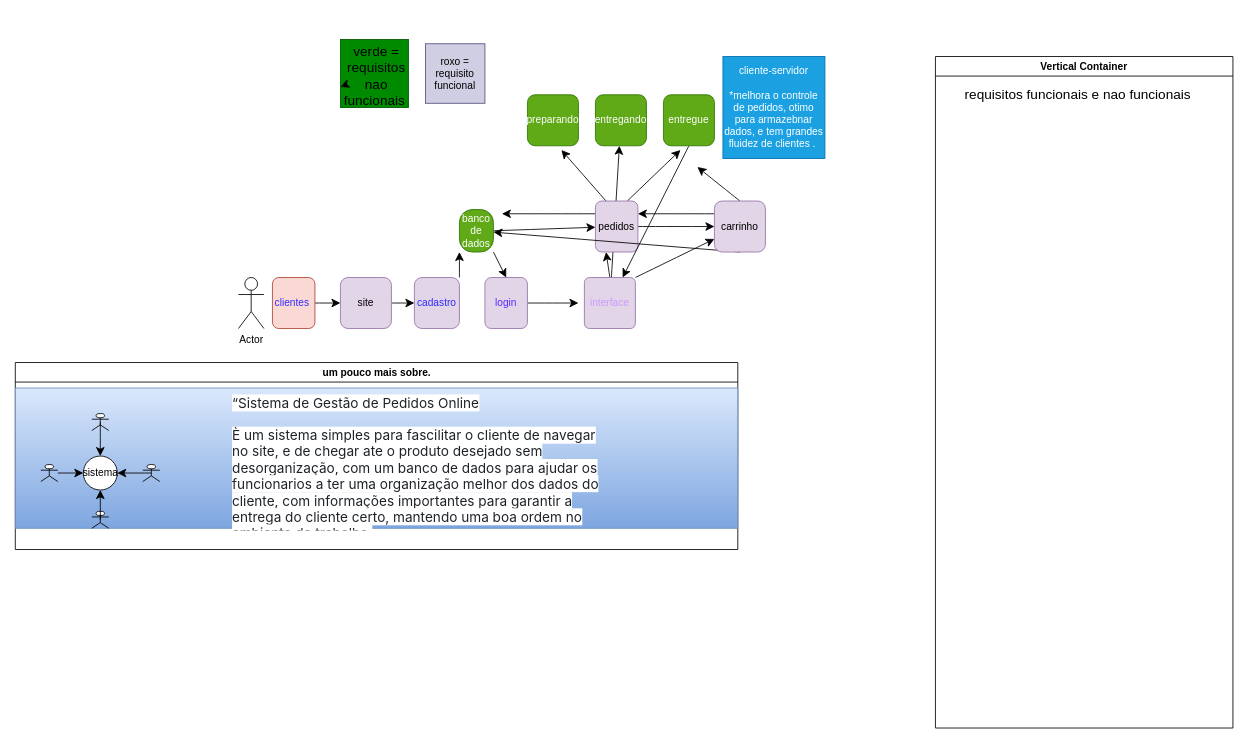
This is Diagrama sem nome.drawio from stefany-alves/perfumaria, a draw.io file, before an edit. Source tidied: cells renumbered, new cells numbered last; positions are measured from the earlier drawing's top-left corner, leaving out a move shared by most shapes. Both pictures are drawn from the tidied source at 85%, with x=0, y=0 at pixel (15, 22).
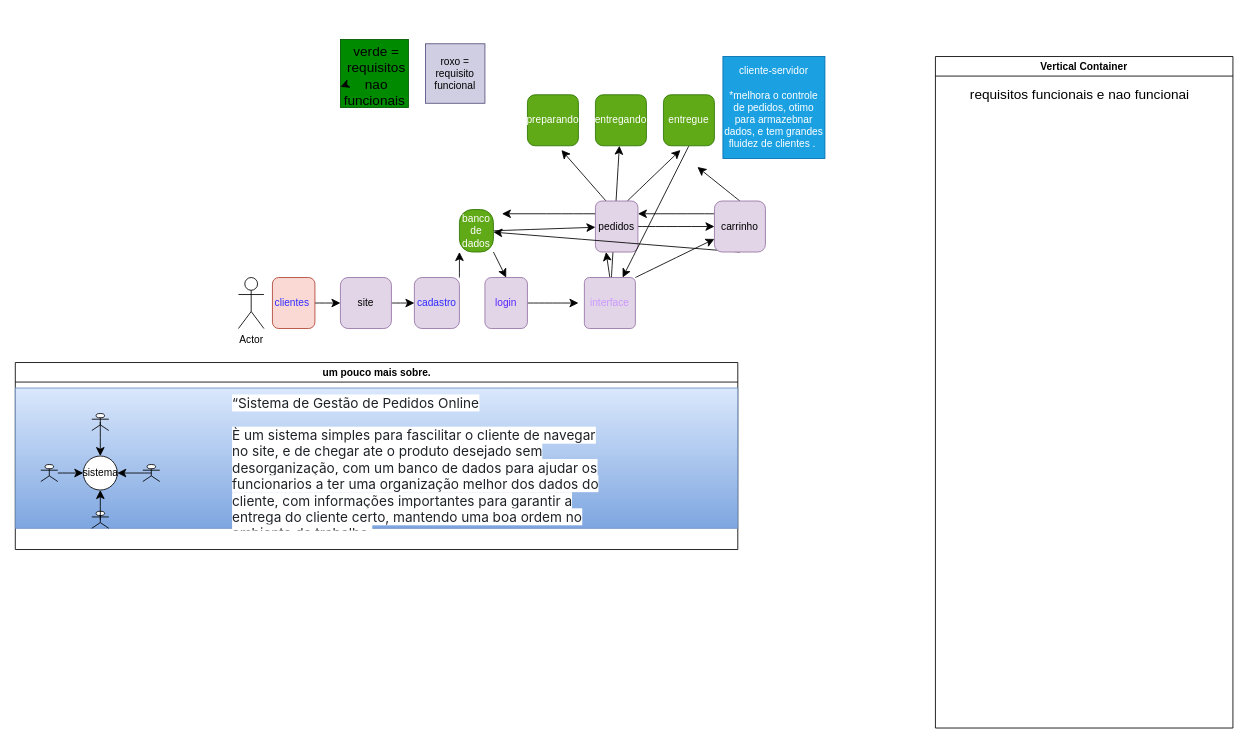
The same diagram, later.

The change refers to these unchanged cells:
```xml
<mxCell id="54" value="Vertical Container" style="swimlane;whiteSpace=wrap;html=1;" parent="1" vertex="1">
  <mxGeometry x="1082" y="40" width="350" height="790" as="geometry" />
</mxCell>
```

What changed in the source:
```diff
@@
-    <mxCell id="55" value="requisitos funcionais e nao funcionais&amp;nbsp;" style="text;html=1;whiteSpace=wrap;strokeColor=none;fillColor=none;align=center;verticalAlign=middle;rounded=0;fontSize=16;" parent="54" vertex="1">
+    <mxCell id="55" value="requisitos funcionais e nao funcionai" style="text;html=1;whiteSpace=wrap;strokeColor=none;fillColor=none;align=center;verticalAlign=middle;rounded=0;fontSize=16;" parent="54" vertex="1">
       <mxGeometry x="10" y="30" width="320" height="30" as="geometry" />
     </mxCell>
```
